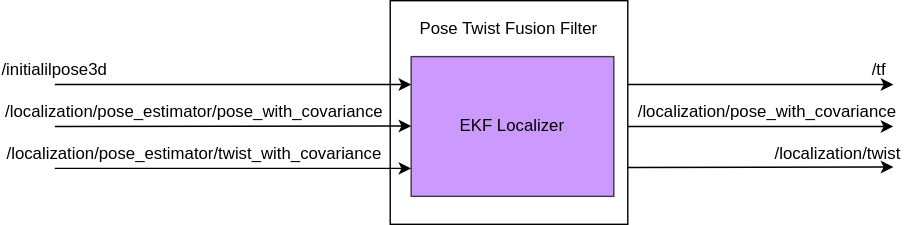
The draw.io diagram docs/design/software_architecture/Localization/PoseTwistFusionFilter/image/PoseTwistFusionFilter.drawio.svg in autowarefoundation/autoware.universe, before a commit. Source tidied: cells renumbered, new cells last; positions are measured from the earlier drawing's top-left corner, leaving out a move shared by most shapes.
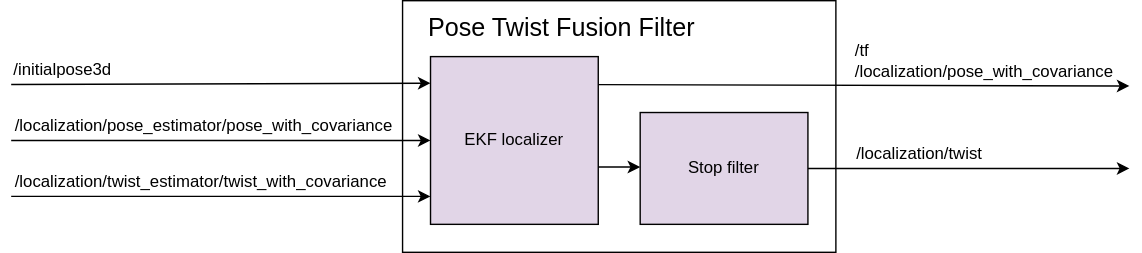
Later version of the same file.

Commit message:
Feature/add stop filter ros2 node diagram (#200)

What changed in the source:
```diff
@@ -2,67 +2,65 @@
   <root>
     <mxCell id="0" />
     <mxCell id="1" parent="0" />
-    <mxCell id="2" value="&lt;p&gt;&lt;br&gt;&lt;/p&gt;" style="rounded=0;whiteSpace=wrap;html=1;align=center;" parent="1" vertex="1">
-      <mxGeometry x="260" width="170" height="160" as="geometry" />
-    </mxCell>
+    <mxCell id="17" style="rounded=0;whiteSpace=wrap;html=1;" parent="1" vertex="1">
+      <mxGeometry x="300" y="-20" width="310" height="180" as="geometry" />
+    </mxCell>
+    <mxCell id="18" style="endArrow=classic;html=1;entryX=0;entryY=0.25;entryDx=0;entryDy=0;exitX=0;exitY=1;exitDx=0;exitDy=0;" parent="1" edge="1" source="22">
+      <mxGeometry relative="1" as="geometry">
+        <mxPoint x="320" y="39" as="targetPoint" />
+      </mxGeometry>
+    </mxCell>
+    <mxCell id="19" value="EKF localizer" style="text;html=1;strokeColor=#000000;fillColor=#e1d5e7;align=center;verticalAlign=middle;whiteSpace=wrap;rounded=0;" parent="1" vertex="1">
+      <mxGeometry x="320" y="20" width="120" height="120" as="geometry" />
+    </mxCell>
+    <mxCell id="20" style="endArrow=classic;html=1;entryX=0;entryY=0.5;entryDx=0;entryDy=0;" parent="1" edge="1" target="19">
+      <mxGeometry relative="1" as="geometry">
+        <mxPoint x="20" y="80" as="sourcePoint" />
+      </mxGeometry>
+    </mxCell>
+    <mxCell id="21" style="endArrow=classic;html=1;" parent="1" edge="1">
+      <mxGeometry relative="1" as="geometry">
+        <mxPoint x="20" y="120" as="sourcePoint" />
+        <mxPoint x="320" y="120" as="targetPoint" />
+      </mxGeometry>
+    </mxCell>
-    <mxCell id="3" value="Pose Twist Fusion Filter" style="text;html=1;strokeColor=none;fillColor=none;align=center;verticalAlign=middle;whiteSpace=wrap;rounded=0;" parent="1" vertex="1">
-      <mxGeometry x="270" y="10" width="150" height="20" as="geometry" />
+    <mxCell id="3" value="&lt;font style=&quot;font-size: 18px&quot;&gt;Pose Twist Fusion Filter&lt;/font&gt;" style="text;html=1;strokeColor=none;fillColor=none;align=center;verticalAlign=middle;whiteSpace=wrap;rounded=0;" parent="1" vertex="1">
+      <mxGeometry x="314" y="-20" width="200" height="40" as="geometry" />
     </mxCell>
-    <mxCell id="4" value="EKF Localizer" style="rounded=0;whiteSpace=wrap;html=1;strokeColor=#36393d;fillColor=#CC99FF;" parent="1" vertex="1">
-      <mxGeometry x="275" y="40" width="145" height="100" as="geometry" />
-    </mxCell>
-    <mxCell id="5" style="endArrow=classic;html=1;entryX=0;entryY=0.25;entryDx=0;entryDy=0;" parent="1" edge="1">
-      <mxGeometry relative="1" as="geometry">
-        <mxPoint x="20" y="90" as="sourcePoint" />
-        <mxPoint x="275" y="89.7" as="targetPoint" />
-      </mxGeometry>
-    </mxCell>
-    <mxCell id="6" style="endArrow=classic;html=1;entryX=0;entryY=0.25;entryDx=0;entryDy=0;" parent="1" edge="1">
-      <mxGeometry relative="1" as="geometry">
-        <mxPoint x="20" y="120" as="sourcePoint" />
-        <mxPoint x="275" y="120" as="targetPoint" />
-      </mxGeometry>
-    </mxCell>
-    <mxCell id="7" style="endArrow=classic;html=1;entryX=0;entryY=0.25;entryDx=0;entryDy=0;" parent="1" edge="1">
-      <mxGeometry relative="1" as="geometry">
-        <mxPoint x="20" y="60" as="sourcePoint" />
-        <mxPoint x="275" y="60" as="targetPoint" />
-      </mxGeometry>
-    </mxCell>
-    <mxCell id="8" value="&lt;font style=&quot;line-height: 120% ; font-size: 12px&quot;&gt;/initialilpose3d&lt;/font&gt;" style="text;html=1;strokeColor=none;fillColor=none;align=center;verticalAlign=middle;whiteSpace=wrap;rounded=0;" parent="1" vertex="1">
-      <mxGeometry y="40" width="40" height="20" as="geometry" />
-    </mxCell>
+    <mxCell id="22" value="/initialpose3d" style="text;html=1;strokeColor=none;fillColor=none;align=left;verticalAlign=middle;whiteSpace=wrap;rounded=0;" parent="1" vertex="1">
+      <mxGeometry x="20" y="20" width="80" height="20" as="geometry" />
+    </mxCell>
-    <mxCell id="9" value="&lt;font style=&quot;font-size: 12px&quot;&gt;/localization/pose_estimator/pose_with_covariance&lt;/font&gt;" style="text;html=1;strokeColor=none;fillColor=none;align=center;verticalAlign=middle;whiteSpace=wrap;rounded=0;" parent="1" vertex="1">
-      <mxGeometry x="100" y="70" width="40" height="20" as="geometry" />
+    <mxCell id="9" value="/localization/pose_estimator/pose_with_covariance" style="text;html=1;strokeColor=none;fillColor=none;align=left;verticalAlign=middle;whiteSpace=wrap;rounded=0;" parent="1" vertex="1">
+      <mxGeometry x="21" y="60" width="80" height="20" as="geometry" />
     </mxCell>
-    <mxCell id="10" value="&lt;font style=&quot;font-size: 12px&quot;&gt;/localization/pose_estimator/twist_with_covariance&lt;/font&gt;" style="text;html=1;strokeColor=none;fillColor=none;align=center;verticalAlign=middle;whiteSpace=wrap;rounded=0;" parent="1" vertex="1">
-      <mxGeometry x="100" y="100" width="40" height="20" as="geometry" />
-    </mxCell>
-    <mxCell id="11" style="endArrow=classic;html=1;entryX=0.75;entryY=1;entryDx=0;entryDy=0;" parent="1" edge="1" target="12">
-      <mxGeometry relative="1" as="geometry">
-        <mxPoint x="430" y="60" as="sourcePoint" />
-      </mxGeometry>
-    </mxCell>
-    <mxCell id="12" value="&lt;font style=&quot;font-size: 12px&quot;&gt;/tf&lt;/font&gt;" style="text;html=1;strokeColor=none;fillColor=none;align=center;verticalAlign=middle;whiteSpace=wrap;rounded=0;" parent="1" vertex="1">
-      <mxGeometry x="590" y="40" width="40" height="20" as="geometry" />
-    </mxCell>
-    <mxCell id="13" style="endArrow=classic;html=1;" parent="1" edge="1">
-      <mxGeometry relative="1" as="geometry">
-        <mxPoint x="430" y="90" as="sourcePoint" />
-        <mxPoint x="620" y="90" as="targetPoint" />
-      </mxGeometry>
-    </mxCell>
-    <mxCell id="14" value="&lt;font style=&quot;font-size: 12px&quot;&gt;/localization/pose_with_covariance&lt;/font&gt;" style="text;html=1;strokeColor=none;fillColor=none;align=center;verticalAlign=middle;whiteSpace=wrap;rounded=0;" parent="1" vertex="1">
-      <mxGeometry x="510" y="70" width="40" height="20" as="geometry" />
-    </mxCell>
-    <mxCell id="15" style="endArrow=classic;html=1;" parent="1" edge="1">
-      <mxGeometry relative="1" as="geometry">
-        <mxPoint x="430" y="119.3" as="sourcePoint" />
-        <mxPoint x="620" y="119" as="targetPoint" />
-      </mxGeometry>
-    </mxCell>
+    <mxCell id="23" value="/localization/twist_estimator/twist_with_covariance" style="text;html=1;strokeColor=none;fillColor=none;align=left;verticalAlign=middle;whiteSpace=wrap;rounded=0;" parent="1" vertex="1">
+      <mxGeometry x="21" y="100" width="80" height="20" as="geometry" />
+    </mxCell>
+    <mxCell id="24" style="endArrow=classic;html=1;exitX=1;exitY=0.167;exitDx=0;exitDy=0;exitPerimeter=0;" parent="1" edge="1" source="19">
+      <mxGeometry relative="1" as="geometry">
+        <mxPoint x="820" y="41" as="targetPoint" />
+      </mxGeometry>
+    </mxCell>
+    <mxCell id="25" style="endArrow=classic;html=1;" parent="1" edge="1">
+      <mxGeometry relative="1" as="geometry">
+        <mxPoint x="590" y="100" as="sourcePoint" />
+        <mxPoint x="820" y="100" as="targetPoint" />
+      </mxGeometry>
+    </mxCell>
+    <mxCell id="26" value="/tf&lt;br&gt;/localization/pose_with_covariance" style="text;html=1;strokeColor=none;fillColor=none;align=left;verticalAlign=middle;whiteSpace=wrap;rounded=0;" parent="1" vertex="1">
+      <mxGeometry x="622" y="13" width="80" height="20" as="geometry" />
+    </mxCell>
-    <mxCell id="16" value="&lt;font&gt;&lt;font style=&quot;font-size: 12px&quot;&gt;/localization/twist&lt;/font&gt;&lt;br&gt;&lt;/font&gt;" style="text;html=1;strokeColor=none;fillColor=none;align=center;verticalAlign=middle;whiteSpace=wrap;rounded=0;" parent="1" vertex="1">
-      <mxGeometry x="560" y="100" width="41" height="20" as="geometry" />
+    <mxCell id="16" value="/localization/twist" style="text;html=1;strokeColor=none;fillColor=none;align=left;verticalAlign=middle;whiteSpace=wrap;rounded=0;" parent="1" vertex="1">
+      <mxGeometry x="623" y="80" width="80" height="20" as="geometry" />
     </mxCell>
+    <mxCell id="27" value="Stop filter" style="text;html=1;strokeColor=#000000;fillColor=#e1d5e7;align=center;verticalAlign=middle;whiteSpace=wrap;rounded=0;" parent="1" vertex="1">
+      <mxGeometry x="470" y="60" width="120" height="80" as="geometry" />
+    </mxCell>
+    <mxCell id="28" style="endArrow=classic;html=1;" parent="1" edge="1">
+      <mxGeometry relative="1" as="geometry">
+        <mxPoint x="440" y="99" as="sourcePoint" />
+        <mxPoint x="470" y="99" as="targetPoint" />
+      </mxGeometry>
+    </mxCell>
   </root>
 </mxGraphModel>
```
